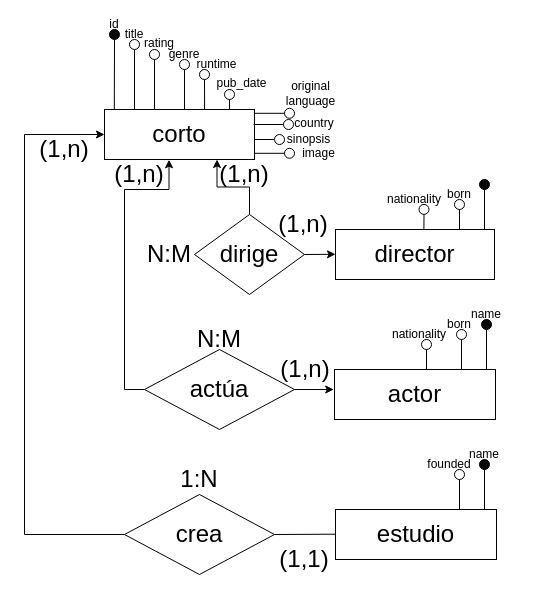
This is VIMAD DB.drawio from fibionacho/Vimad, a draw.io file, before an edit. Source tidied: cells renumbered, new cells numbered last; positions are measured from the earlier drawing's top-left corner, leaving out a move shared by most shapes. Both pictures are drawn from the tidied source at 100%, with x=0, y=0 at pixel (24, 19).
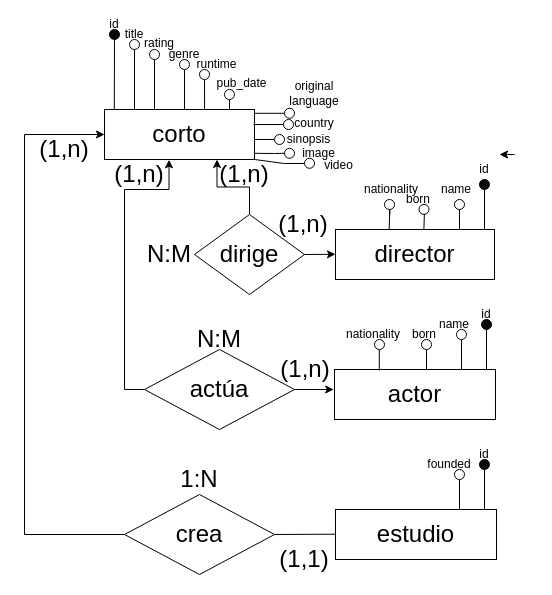
The same page after the edit.

Commit message (it also covers changes not shown here):
Cambio de ids,  drops y not nulls

The change refers to these unchanged cells:
```xml
<mxCell id="5" value="corto" style="rounded=0;whiteSpace=wrap;html=1;fontSize=24;" parent="1" vertex="1">
  <mxGeometry x="80" y="90" width="150" height="50" as="geometry" />
</mxCell>
<mxCell id="50" style="ellipse;whiteSpace=wrap;html=1;fillColor=#FFFFFF;flipH=0;" parent="1" vertex="1">
  <mxGeometry x="394.5" y="184.9" width="10" height="10" as="geometry" />
</mxCell>
<mxCell id="71" style="ellipse;whiteSpace=wrap;html=1;fillColor=#FFFFFF;" parent="1" vertex="1">
  <mxGeometry x="260" y="128.8" width="10" height="10" as="geometry" />
</mxCell>
```

Diff of the diagram source:
```diff
@@
     <mxCell id="40" value="original language" style="text;html=1;strokeColor=none;fillColor=none;align=center;verticalAlign=middle;whiteSpace=wrap;rounded=0;" parent="1" vertex="1">
-      <mxGeometry x="262" y="60" width="49" height="27.5" as="geometry" />
+      <mxGeometry x="246" y="60" width="88" height="27.5" as="geometry" />
     </mxCell>
@@
     <mxCell id="48" value="born" style="text;html=1;strokeColor=none;fillColor=none;align=center;verticalAlign=middle;whiteSpace=wrap;rounded=0;flipH=0;" parent="1" vertex="1">
-      <mxGeometry x="420" y="170" width="30" height="10" as="geometry" />
+      <mxGeometry x="379" y="174.9" width="30" height="10" as="geometry" />
     </mxCell>
     <mxCell id="49" style="endArrow=none;html=1;rounded=0;entryX=0.5;entryY=1;entryDx=0;entryDy=0;exitX=0.333;exitY=0.003;exitDx=0;exitDy=0;exitPerimeter=0;" parent="1" edge="1" target="50">
       <mxGeometry relative="1" as="geometry">
         <mxPoint x="399.4" y="210" as="sourcePoint" />
+        <Array as="points">
+          <mxPoint x="400" y="190" />
+        </Array>
       </mxGeometry>
     </mxCell>
@@
     <mxCell id="51" value="nationality" style="text;html=1;strokeColor=none;fillColor=none;align=center;verticalAlign=middle;whiteSpace=wrap;rounded=0;flipH=0;" parent="1" vertex="1">
-      <mxGeometry x="360" y="174.9" width="60" height="10" as="geometry" />
+      <mxGeometry x="337" y="164.9" width="60" height="10" as="geometry" />
     </mxCell>
@@
-    <mxCell id="56" value="name" style="text;html=1;strokeColor=none;fillColor=none;align=center;verticalAlign=middle;whiteSpace=wrap;rounded=0;flipH=0;" parent="1" vertex="1">
+    <mxCell id="56" value="id" style="text;html=1;strokeColor=none;fillColor=none;align=center;verticalAlign=middle;whiteSpace=wrap;rounded=0;flipH=0;" parent="1" vertex="1">
       <mxGeometry x="447" y="290" width="30" height="10" as="geometry" />
     </mxCell>
@@
     <mxCell id="59" value="born" style="text;html=1;strokeColor=none;fillColor=none;align=center;verticalAlign=middle;whiteSpace=wrap;rounded=0;flipH=0;" parent="1" vertex="1">
-      <mxGeometry x="420" y="300" width="30" height="10" as="geometry" />
+      <mxGeometry x="384.5" y="310" width="30" height="10" as="geometry" />
     </mxCell>
     <mxCell id="60" value="nationality" style="text;html=1;strokeColor=none;fillColor=none;align=center;verticalAlign=middle;whiteSpace=wrap;rounded=0;flipH=0;" parent="1" vertex="1">
-      <mxGeometry x="365" y="310" width="60" height="10" as="geometry" />
+      <mxGeometry x="319" y="310" width="60" height="10" as="geometry" />
     </mxCell>
@@
-    <mxCell id="65" value="name" style="text;html=1;strokeColor=none;fillColor=none;align=center;verticalAlign=middle;whiteSpace=wrap;rounded=0;flipH=0;" parent="1" vertex="1">
+    <mxCell id="65" value="id" style="text;html=1;strokeColor=none;fillColor=none;align=center;verticalAlign=middle;whiteSpace=wrap;rounded=0;flipH=0;" parent="1" vertex="1">
       <mxGeometry x="445" y="430" width="30" height="10" as="geometry" />
     </mxCell>
@@
     <mxCell id="70" style="endArrow=none;html=1;rounded=0;entryX=0;entryY=0.5;entryDx=0;entryDy=0;exitX=1;exitY=0.65;exitDx=0;exitDy=0;exitPerimeter=0;" parent="1" edge="1" target="71">
       <mxGeometry relative="1" as="geometry">
         <mxPoint x="230" y="133.8" as="sourcePoint" />
+        <Array as="points">
+          <mxPoint x="250" y="134" />
+        </Array>
       </mxGeometry>
     </mxCell>
@@
+    <mxCell id="78" value="id" style="text;html=1;strokeColor=none;fillColor=none;align=center;verticalAlign=middle;whiteSpace=wrap;rounded=0;" parent="1" vertex="1">
+      <mxGeometry x="430" y="135" width="60" height="30" as="geometry" />
+    </mxCell>
+    <mxCell id="79" style="edgeStyle=orthogonalEdgeStyle;rounded=0;orthogonalLoop=1;jettySize=auto;html=1;exitX=1;exitY=0;exitDx=0;exitDy=0;entryX=0.75;entryY=0;entryDx=0;entryDy=0;" parent="1" edge="1" source="78" target="78">
+      <mxGeometry relative="1" as="geometry" />
+    </mxCell>
+    <mxCell id="80" style="endArrow=none;html=1;rounded=0;exitX=0.789;exitY=0.012;exitDx=0;exitDy=0;exitPerimeter=0;" parent="1" edge="1">
+      <mxGeometry relative="1" as="geometry">
+        <mxPoint x="354.8" y="351" as="sourcePoint" />
+        <mxPoint x="354.8" y="330" as="targetPoint" />
+      </mxGeometry>
+    </mxCell>
+    <mxCell id="81" style="ellipse;whiteSpace=wrap;html=1;fillColor=#FFFFFF;flipH=0;" parent="1" vertex="1">
+      <mxGeometry x="350" y="320" width="10" height="10" as="geometry" />
+    </mxCell>
+    <mxCell id="82" value="name" style="text;html=1;strokeColor=none;fillColor=none;align=center;verticalAlign=middle;whiteSpace=wrap;rounded=0;flipH=0;" parent="1" vertex="1">
+      <mxGeometry x="415" y="300" width="30" height="10" as="geometry" />
+    </mxCell>
+    <mxCell id="83" style="endArrow=none;html=1;rounded=0;entryX=0.5;entryY=1;entryDx=0;entryDy=0;exitX=0.333;exitY=0.003;exitDx=0;exitDy=0;exitPerimeter=0;" parent="1" edge="1">
+      <mxGeometry relative="1" as="geometry">
+        <mxPoint x="364.7" y="210" as="sourcePoint" />
+        <mxPoint x="365.3" y="195" as="targetPoint" />
+        <Array as="points">
+          <mxPoint x="365.3" y="190" />
+        </Array>
+      </mxGeometry>
+    </mxCell>
+    <mxCell id="84" style="ellipse;whiteSpace=wrap;html=1;fillColor=#FFFFFF;flipH=0;" parent="1" vertex="1">
+      <mxGeometry x="360" y="180" width="10" height="10" as="geometry" />
+    </mxCell>
+    <mxCell id="85" value="name" style="text;html=1;strokeColor=none;fillColor=none;align=center;verticalAlign=middle;whiteSpace=wrap;rounded=0;flipH=0;" parent="1" vertex="1">
+      <mxGeometry x="417" y="165" width="30" height="10" as="geometry" />
+    </mxCell>
+    <mxCell id="86" style="endArrow=none;html=1;rounded=0;exitX=1;exitY=1;exitDx=0;exitDy=0;" parent="1" edge="1" source="5">
+      <mxGeometry relative="1" as="geometry">
+        <mxPoint x="280" y="144" as="targetPoint" />
+        <Array as="points">
+          <mxPoint x="260" y="144" />
+        </Array>
+      </mxGeometry>
+    </mxCell>
+    <mxCell id="87" style="ellipse;whiteSpace=wrap;html=1;fillColor=#FFFFFF;" parent="1" vertex="1">
+      <mxGeometry x="280" y="138.8" width="10" height="10" as="geometry" />
+    </mxCell>
+    <mxCell id="88" value="video" style="text;html=1;strokeColor=none;fillColor=none;align=center;verticalAlign=middle;whiteSpace=wrap;rounded=0;" parent="1" vertex="1">
+      <mxGeometry x="290" y="140" width="49" height="12.5" as="geometry" />
+    </mxCell>
```
